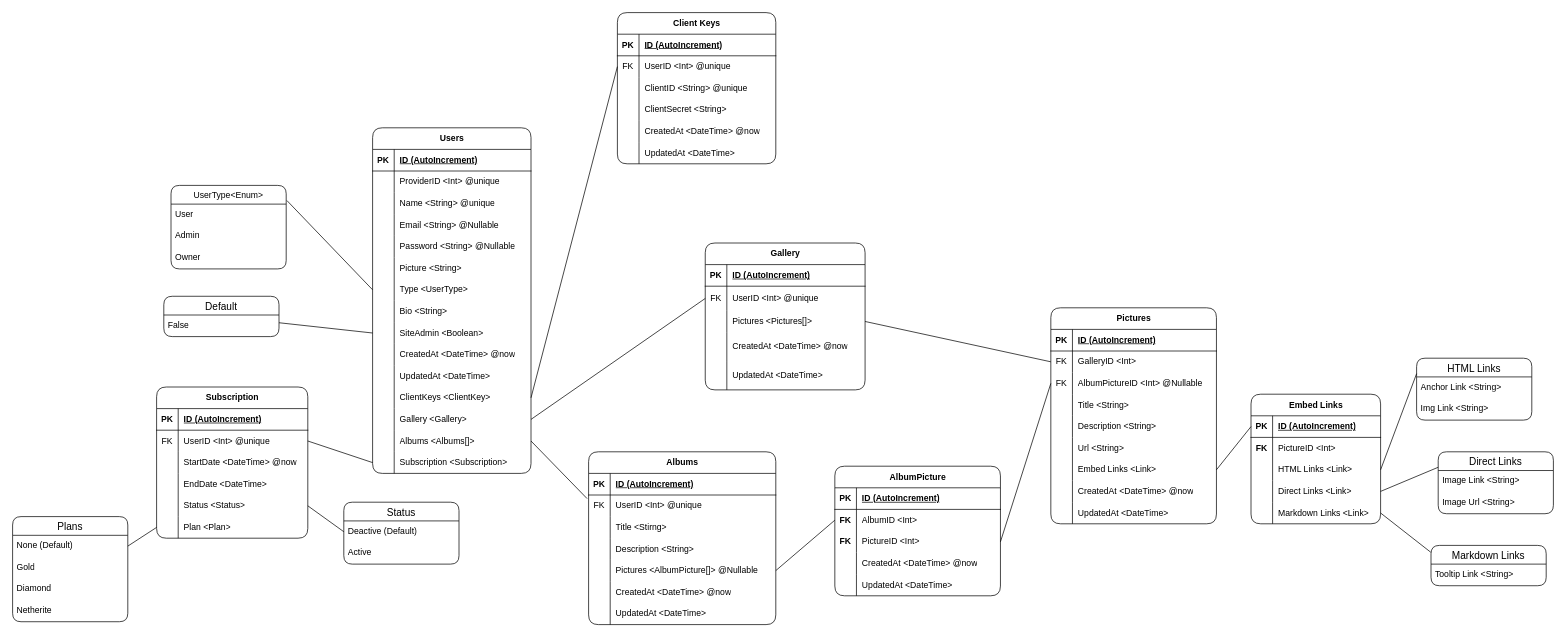
This is project/models/Pixelarium.drawio from Novanaa/Pixelarium, a draw.io file, before an edit. Source tidied: cells renumbered, new cells numbered last; positions are measured from the earlier drawing's top-left corner, leaving out a move shared by most shapes. Both pictures are drawn from the tidied source at 72%, with x=0, y=0 at pixel (12, 12).
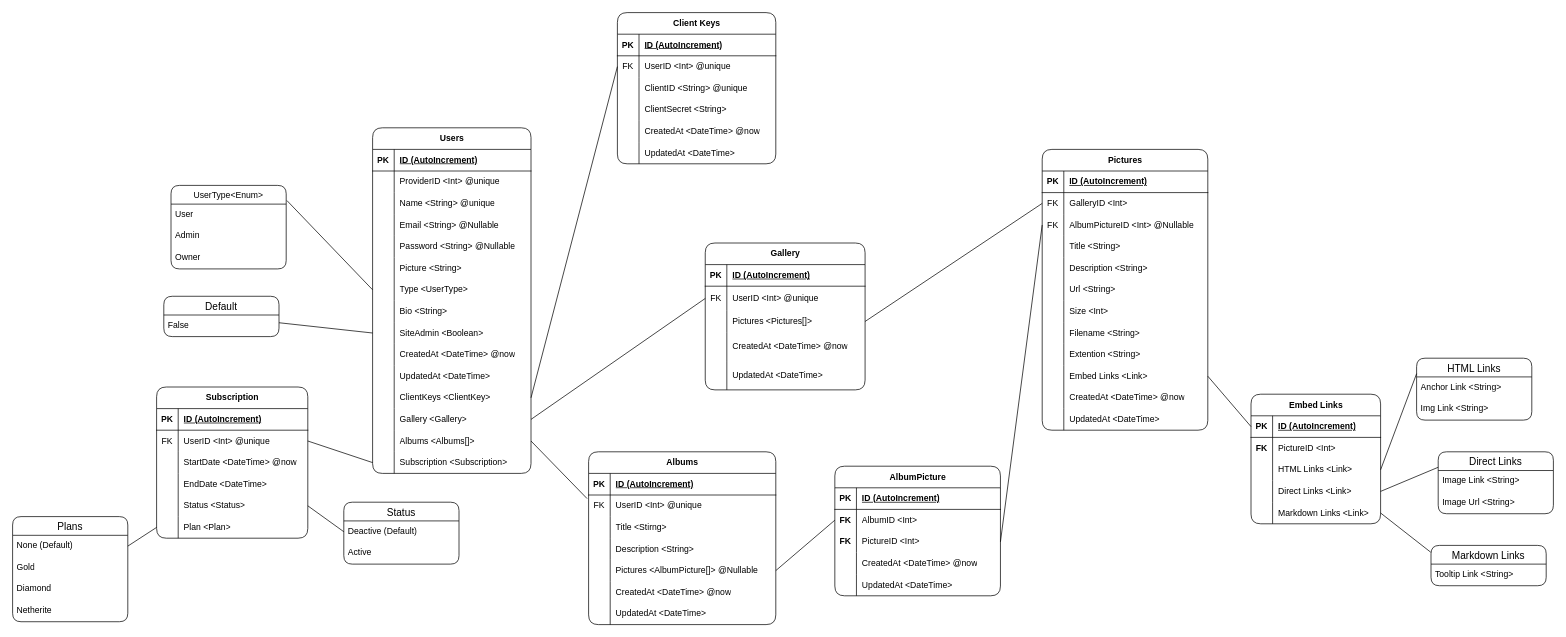
After the change.

Commit message (it also covers changes not shown here):
Added Image Information Field to Picture Model

What changed in the source:
```diff
@@
     <mxCell id="93" value="Pictures" style="shape=table;startSize=30;childLayout=tableLayout;rowLines=0;fontStyle=1;align=center;html=1;rounded=1;" parent="1" vertex="1">
-      <mxGeometry x="1442" y="410" width="230" height="300" as="geometry" />
+      <mxGeometry x="1430" y="190" width="230" height="390" as="geometry" />
     </mxCell>
@@
+    <mxCell id="221" style="shape=tableRow;horizontal=0;startSize=0;swimlaneHead=0;swimlaneBody=0;fillColor=none;top=0;left=0;right=0;bottom=0;" parent="93" vertex="1">
+      <mxGeometry y="210" width="230" height="30" as="geometry" />
+    </mxCell>
+    <mxCell id="222" style="shape=partialRectangle;fillColor=none;top=0;left=0;bottom=0;right=0;overflow=hidden;whiteSpace=wrap;html=1;" parent="221" vertex="1">
+      <mxGeometry width="30" height="30" as="geometry" />
+    </mxCell>
+    <mxCell id="223" value="Size &amp;lt;Int&amp;gt;" style="shape=partialRectangle;fillColor=none;top=0;left=0;bottom=0;right=0;align=left;spacingLeft=6;overflow=hidden;whiteSpace=wrap;html=1;" parent="221" vertex="1">
+      <mxGeometry x="30" width="200" height="30" as="geometry" />
+    </mxCell>
+    <mxCell id="224" style="shape=tableRow;horizontal=0;startSize=0;swimlaneHead=0;swimlaneBody=0;fillColor=none;top=0;left=0;right=0;bottom=0;" parent="93" vertex="1">
+      <mxGeometry y="240" width="230" height="30" as="geometry" />
+    </mxCell>
+    <mxCell id="225" style="shape=partialRectangle;fillColor=none;top=0;left=0;bottom=0;right=0;overflow=hidden;whiteSpace=wrap;html=1;" parent="224" vertex="1">
+      <mxGeometry width="30" height="30" as="geometry" />
+    </mxCell>
+    <mxCell id="226" value="Filename &amp;lt;String&amp;gt;" style="shape=partialRectangle;fillColor=none;top=0;left=0;bottom=0;right=0;align=left;spacingLeft=6;overflow=hidden;whiteSpace=wrap;html=1;" parent="224" vertex="1">
+      <mxGeometry x="30" width="200" height="30" as="geometry" />
+    </mxCell>
+    <mxCell id="227" style="shape=tableRow;horizontal=0;startSize=0;swimlaneHead=0;swimlaneBody=0;fillColor=none;top=0;left=0;right=0;bottom=0;" parent="93" vertex="1">
+      <mxGeometry y="270" width="230" height="30" as="geometry" />
+    </mxCell>
+    <mxCell id="228" style="shape=partialRectangle;fillColor=none;top=0;left=0;bottom=0;right=0;overflow=hidden;whiteSpace=wrap;html=1;" parent="227" vertex="1">
+      <mxGeometry width="30" height="30" as="geometry" />
+    </mxCell>
+    <mxCell id="229" value="Extention &amp;lt;String&amp;gt;" style="shape=partialRectangle;fillColor=none;top=0;left=0;bottom=0;right=0;align=left;spacingLeft=6;overflow=hidden;whiteSpace=wrap;html=1;" parent="227" vertex="1">
+      <mxGeometry x="30" width="200" height="30" as="geometry" />
+    </mxCell>
     <mxCell id="112" style="shape=tableRow;horizontal=0;startSize=0;swimlaneHead=0;swimlaneBody=0;fillColor=none;points=[[0,0.5],[1,0.5]];portConstraint=eastwest;top=0;left=0;right=0;bottom=0;" parent="93" vertex="1">
-      <mxGeometry y="210" width="230" height="30" as="geometry" />
+      <mxGeometry y="300" width="230" height="30" as="geometry" />
     </mxCell>
@@
     <mxCell id="115" style="shape=tableRow;horizontal=0;startSize=0;swimlaneHead=0;swimlaneBody=0;fillColor=none;top=0;left=0;right=0;bottom=0;" parent="93" vertex="1">
-      <mxGeometry y="240" width="230" height="30" as="geometry" />
+      <mxGeometry y="330" width="230" height="30" as="geometry" />
     </mxCell>
@@
     <mxCell id="118" style="shape=tableRow;horizontal=0;startSize=0;swimlaneHead=0;swimlaneBody=0;fillColor=none;top=0;left=0;right=0;bottom=0;" parent="93" vertex="1">
-      <mxGeometry y="270" width="230" height="30" as="geometry" />
+      <mxGeometry y="360" width="230" height="30" as="geometry" />
     </mxCell>
```
